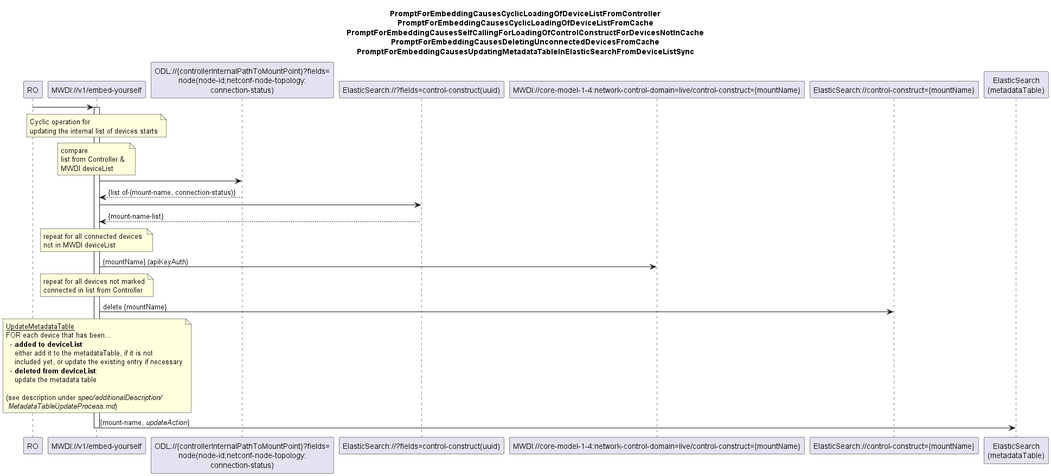
Before: spec/diagrams/00x_CyclicOperationBasedDeviceListSync.png, a diagram exported from PlantUML (openBackhaul/MicroWaveDeviceInventory).
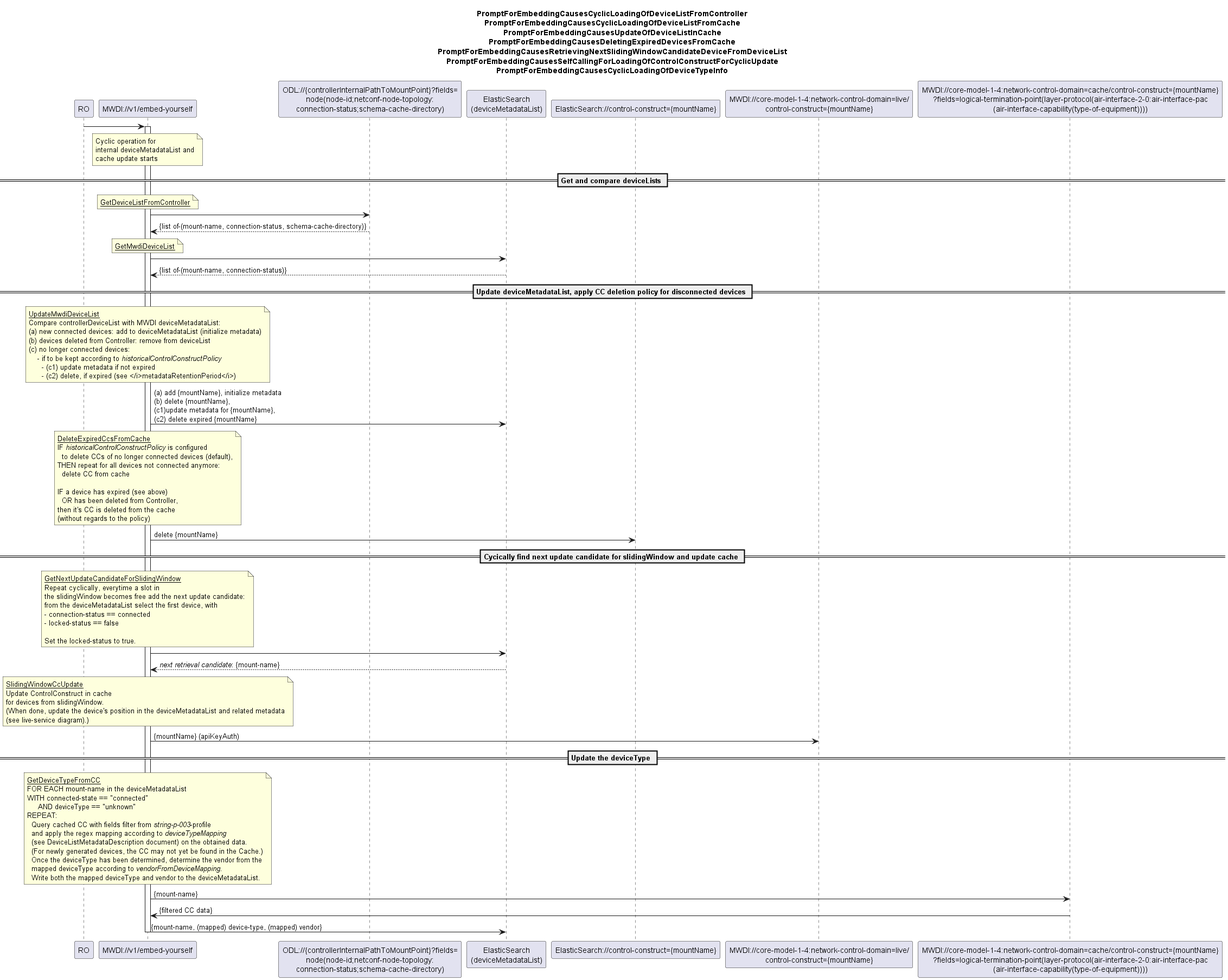
The same diagram one commit later.

Diff of the diagram source:
```diff
@@ -4,66 +4,115 @@
 title
 PromptForEmbeddingCausesCyclicLoadingOfDeviceListFromController
 PromptForEmbeddingCausesCyclicLoadingOfDeviceListFromCache
-PromptForEmbeddingCausesSelfCallingForLoadingOfControlConstructForDevicesNotInCache
-PromptForEmbeddingCausesDeletingUnconnectedDevicesFromCache
-PromptForEmbeddingCausesUpdatingMetadataTableInElasticSearchFromDeviceListSync
+PromptForEmbeddingCausesUpdateOfDeviceListInCache
+PromptForEmbeddingCausesDeletingExpiredDevicesFromCache
+PromptForEmbeddingCausesRetrievingNextSlidingWindowCandidateDeviceFromDeviceList
+PromptForEmbeddingCausesSelfCallingForLoadingOfControlConstructForCyclicUpdate
+PromptForEmbeddingCausesCyclicLoadingOfDeviceTypeInfo
 end title
 
 participant "RO" as ro
 participant "MWDI://v1/embed-yourself" as mwdi
-participant "ODL://{controllerInternalPathToMountPoint}?fields=\nnode(node-id;netconf-node-topology:\nconnection-status)" as odlConnectionStatus
-participant "ElasticSearch://?fields=control-construct(uuid)" as ConnectedDeviceList
-participant "MWDI://core-model-1-4:network-control-domain=live/control-construct={mountName}" as ControlConstruct
-participant "ElasticSearch://control-construct={mountName}" as es
-participant "ElasticSearch\n(metadataTable)" as mtab
+participant "ODL://{controllerInternalPathToMountPoint}?fields=\nnode(node-id;netconf-node-topology:\nconnection-status;schema-cache-directory)" as odlConnectionStatus
+participant "ElasticSearch\n(deviceMetadataList)" as deviceList
+participant "ElasticSearch://control-construct={mountName}" as ccInCache
+participant "MWDI://core-model-1-4:network-control-domain=live/\ncontrol-construct={mountName}" as ControlConstruct
+participant "MWDI://core-model-1-4:network-control-domain=cache/control-construct={mountName}\n?fields=logical-termination-point(layer-protocol(air-interface-2-0:air-interface-pac\n(air-interface-capability(type-of-equipment))))" as mwdiDevType
 
 ro -> mwdi
 activate mwdi
 
 note over mwdi
 Cyclic operation for
-updating the internal list of devices starts
+internal deviceMetadataList and
+cache update starts
 end note
 
-note over mwdi
-compare
-list from Controller &
-MWDI deviceList
-end note
-
-mwdi -> odlConnectionStatus
-odlConnectionStatus --> mwdi: {list of-(mount-name, connection-status)}
-
-mwdi -> ConnectedDeviceList
-ConnectedDeviceList --> mwdi: {mount-name-list}
+== Get and compare deviceLists ==
 
 note over mwdi
-repeat for all connected devices
-not in MWDI deviceList
+  <u>GetDeviceListFromController</u>
 end note
+mwdi -> odlConnectionStatus
+odlConnectionStatus --> mwdi: {list of-(mount-name, connection-status, schema-cache-directory)}
 
+note over mwdi
+  <u>GetMwdiDeviceList</u>
+end note
+mwdi -> deviceList
+deviceList --> mwdi: {list of-(mount-name, connection-status)}
+
+== Update deviceMetadataList, apply CC deletion policy for disconnected devices ==
+
+note over mwdi
+  <u>UpdateMwdiDeviceList</u>
+  Compare controllerDeviceList with MWDI deviceMetadataList:
+  (a) new connected devices: add to deviceMetadataList (initialize metadata)
+  (b) devices deleted from Controller: remove from deviceList
+  (c) no longer connected devices:
+      - if to be kept according to <i>historicalControlConstructPolicy</i>
+        - (c1) update metadata if not expired
+        - (c2) delete, if expired (see </i>metadataRetentionPeriod</i>)
+end note
+mwdi -> deviceList: (a) add {mountName}, initialize metadata \n(b) delete {mountName}, \n(c1)update metadata for {mountName}, \n(c2) delete expired {mountName}
+
+note over mwdi
+  <u>DeleteExpiredCcsFromCache</u>
+  IF <i>historicalControlConstructPolicy</i> is configured
+    to delete CCs of no longer connected devices (default),
+  THEN repeat for all devices not connected anymore:
+    delete CC from cache
+
+  IF a device has expired (see above)
+    OR has been deleted from Controller,
+  then it's CC is deleted from the cache
+  (without regards to the policy)
+end note
+mwdi -> ccInCache: delete {mountName}
+
+== Cycically find next update candidate for slidingWindow and update cache ==
+
+note over mwdi
+  <u>GetNextUpdateCandidateForSlidingWindow</u>
+  Repeat cyclically, everytime a slot in
+  the slidingWindow becomes free add the next update candidate:
+  from the deviceMetadataList select the first device, with
+  - connection-status == connected
+  - locked-status == false
+
+  Set the locked-status to true.
+end note
+mwdi -> deviceList
+deviceList --> mwdi: <i>next retrieval candidate</i>: {mount-name}
+
+note over mwdi
+  <u>SlidingWindowCcUpdate</u>
+  Update ControlConstruct in cache
+  for devices from slidingWindow.
+  (When done, update the device's position in the deviceMetadataList and related metadata
+  (see live-service diagram).)
+end note
 mwdi -> ControlConstruct: {mountName} (apiKeyAuth)
 
-note over mwdi
-repeat for all devices not marked
-connected in list from Controller
-end note
-
-mwdi -> es: delete {mountName}
+== Update the deviceType ==
 
 note over mwdi
-  <u>UpdateMetadataTable</u>
-  FOR each device that has been...
-    - <b>added to deviceList</b>:
-      either add it to the metadataTable, if it is not
-      included yet, or update the existing entry if necessary
-    - <b>deleted from deviceList</b>:
-      update the metadata table
-
-  (see description under <i>spec/additionalDescription/</i>
-   <i>MetadataTableUpdateProcess.md</i>)
+  <u>GetDeviceTypeFromCC</u>
+  FOR EACH mount-name in the deviceMetadataList
+  WITH connected-state == "connected"
+       AND deviceType == "unknown"
+  REPEAT:
+    Query cached CC with fields filter from <i>string-p-003</i>-profile
+    and apply the regex mapping according to <i>deviceTypeMapping</i>
+    (see DeviceListMetadataDescription document) on the obtained data.
+    (For newly generated devices, the CC may not yet be found in the Cache.)
+    Once the deviceType has been determined, determine the vendor from the
+    mapped deviceType according to <i>vendorFromDeviceMapping</i>.
+    Write both the mapped deviceType and vendor to the deviceMetadataList.
 end note
-mwdi -> mtab: {mount-name, <i>updateAction</i>}
+mwdi -> mwdiDevType: {mount-name}
+mwdiDevType -> mwdi: {filtered CC data}
+mwdi -> deviceList: {mount-name, (mapped) device-type, (mapped) vendor}
 
 deactivate mwdi
 
```
